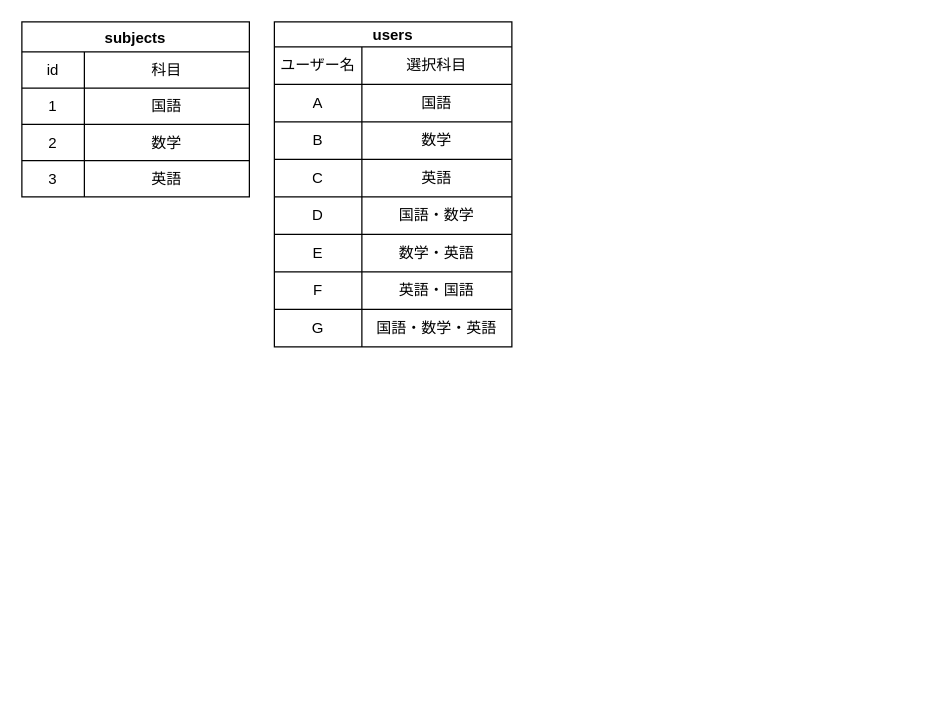
The draw.io diagram page "検索機能実装" (4 of 4) of compass.dio in I-Kouta/compass, before the edit. Source tidied: cells renumbered, new cells numbered last; positions are measured from the earlier drawing's top-left corner, leaving out a move shared by most shapes. Both pictures are drawn from the tidied source at 125%, with x=0, y=0 at pixel (21, 21).
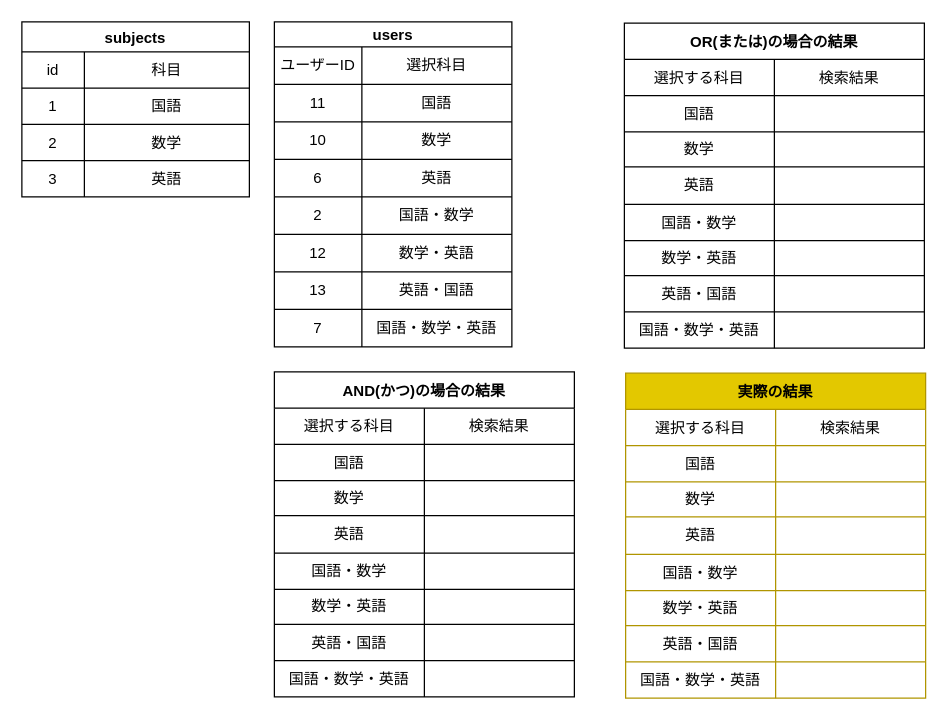
Above is the later version.

Commit message:
検索の表書きました

Unchanged cells that the change refers to:
```xml
<mxCell id="16" style="shape=partialRectangle;html=1;whiteSpace=wrap;fillColor=none;top=0;left=0;bottom=0;right=0;" parent="15" vertex="1">
  <mxGeometry y="20" width="190" height="30" as="geometry" />
</mxCell>
<mxCell id="19" style="shape=partialRectangle;html=1;whiteSpace=wrap;fillColor=none;top=0;left=0;bottom=0;right=0;" parent="15" vertex="1">
  <mxGeometry y="50" width="190" height="30" as="geometry" />
</mxCell>
<mxCell id="22" style="shape=partialRectangle;html=1;whiteSpace=wrap;fillColor=none;top=0;left=0;bottom=0;right=0;" parent="15" vertex="1">
  <mxGeometry y="80" width="190" height="30" as="geometry" />
</mxCell>
<mxCell id="25" style="shape=partialRectangle;html=1;whiteSpace=wrap;fillColor=none;top=0;left=0;bottom=0;right=0;" parent="15" vertex="1">
  <mxGeometry y="110" width="190" height="30" as="geometry" />
</mxCell>
<mxCell id="28" style="shape=partialRectangle;html=1;whiteSpace=wrap;fillColor=none;top=0;left=0;bottom=0;right=0;" parent="15" vertex="1">
  <mxGeometry y="140" width="190" height="30" as="geometry" />
</mxCell>
<mxCell id="31" style="shape=partialRectangle;html=1;whiteSpace=wrap;fillColor=none;top=0;left=0;bottom=0;right=0;" parent="15" vertex="1">
  <mxGeometry y="170" width="190" height="30" as="geometry" />
</mxCell>
<mxCell id="34" style="shape=partialRectangle;html=1;whiteSpace=wrap;fillColor=none;top=0;left=0;bottom=0;right=0;" parent="15" vertex="1">
  <mxGeometry y="200" width="190" height="30" as="geometry" />
</mxCell>
<mxCell id="37" style="shape=partialRectangle;html=1;whiteSpace=wrap;fillColor=none;top=0;left=0;bottom=0;right=0;" parent="15" vertex="1">
  <mxGeometry y="230" width="190" height="30" as="geometry" />
</mxCell>
```

Diff of the diagram source:
```diff
@@
-    <mxCell id="17" value="ユーザー名" style="shape=partialRectangle;html=1;whiteSpace=wrap;fillColor=none;top=0;left=0;bottom=0;right=0;overflow=hidden;" parent="16" vertex="1">
+    <mxCell id="17" value="ユーザーID" style="shape=partialRectangle;html=1;whiteSpace=wrap;fillColor=none;top=0;left=0;bottom=0;right=0;overflow=hidden;" parent="16" vertex="1">
       <mxGeometry width="70" height="30" as="geometry" />
     </mxCell>
@@
-    <mxCell id="20" value="A" style="shape=partialRectangle;html=1;whiteSpace=wrap;fillColor=none;top=0;left=0;bottom=0;right=0;overflow=hidden;" parent="19" vertex="1">
+    <mxCell id="20" value="11" style="shape=partialRectangle;html=1;whiteSpace=wrap;fillColor=none;top=0;left=0;bottom=0;right=0;overflow=hidden;" parent="19" vertex="1">
       <mxGeometry width="70" height="30" as="geometry" />
     </mxCell>
@@
-    <mxCell id="23" value="B" style="shape=partialRectangle;html=1;whiteSpace=wrap;fillColor=none;top=0;left=0;bottom=0;right=0;overflow=hidden;" parent="22" vertex="1">
+    <mxCell id="23" value="10" style="shape=partialRectangle;html=1;whiteSpace=wrap;fillColor=none;top=0;left=0;bottom=0;right=0;overflow=hidden;" parent="22" vertex="1">
       <mxGeometry width="70" height="30" as="geometry" />
     </mxCell>
@@
-    <mxCell id="26" value="C" style="shape=partialRectangle;html=1;whiteSpace=wrap;fillColor=none;top=0;left=0;bottom=0;right=0;overflow=hidden;" parent="25" vertex="1">
+    <mxCell id="26" value="6" style="shape=partialRectangle;html=1;whiteSpace=wrap;fillColor=none;top=0;left=0;bottom=0;right=0;overflow=hidden;" parent="25" vertex="1">
       <mxGeometry width="70" height="30" as="geometry" />
     </mxCell>
@@
-    <mxCell id="29" value="D" style="shape=partialRectangle;html=1;whiteSpace=wrap;fillColor=none;top=0;left=0;bottom=0;right=0;overflow=hidden;" parent="28" vertex="1">
+    <mxCell id="29" value="2" style="shape=partialRectangle;html=1;whiteSpace=wrap;fillColor=none;top=0;left=0;bottom=0;right=0;overflow=hidden;" parent="28" vertex="1">
       <mxGeometry width="70" height="30" as="geometry" />
     </mxCell>
@@
-    <mxCell id="32" value="E" style="shape=partialRectangle;html=1;whiteSpace=wrap;fillColor=none;top=0;left=0;bottom=0;right=0;overflow=hidden;" parent="31" vertex="1">
+    <mxCell id="32" value="12" style="shape=partialRectangle;html=1;whiteSpace=wrap;fillColor=none;top=0;left=0;bottom=0;right=0;overflow=hidden;" parent="31" vertex="1">
       <mxGeometry width="70" height="30" as="geometry" />
     </mxCell>
@@
-    <mxCell id="35" value="F" style="shape=partialRectangle;html=1;whiteSpace=wrap;fillColor=none;top=0;left=0;bottom=0;right=0;overflow=hidden;" parent="34" vertex="1">
+    <mxCell id="35" value="13" style="shape=partialRectangle;html=1;whiteSpace=wrap;fillColor=none;top=0;left=0;bottom=0;right=0;overflow=hidden;" parent="34" vertex="1">
       <mxGeometry width="70" height="30" as="geometry" />
     </mxCell>
@@
-    <mxCell id="38" value="G" style="shape=partialRectangle;html=1;whiteSpace=wrap;fillColor=none;top=0;left=0;bottom=0;right=0;overflow=hidden;" parent="37" vertex="1">
+    <mxCell id="38" value="7" style="shape=partialRectangle;html=1;whiteSpace=wrap;fillColor=none;top=0;left=0;bottom=0;right=0;overflow=hidden;" parent="37" vertex="1">
       <mxGeometry width="70" height="30" as="geometry" />
     </mxCell>
@@
+    <mxCell id="40" value="OR(または)の場合の結果" style="shape=table;startSize=29;childLayout=tableLayout;fontStyle=1;align=center;" parent="1" vertex="1">
+      <mxGeometry x="482" y="1" width="240" height="260" as="geometry" />
+    </mxCell>
+    <mxCell id="41" style="shape=partialRectangle;html=1;whiteSpace=wrap;fillColor=none;top=0;left=0;bottom=0;right=0;" parent="40" vertex="1">
+      <mxGeometry y="29" width="240" height="29" as="geometry" />
+    </mxCell>
+    <mxCell id="42" value="選択する科目" style="shape=partialRectangle;html=1;whiteSpace=wrap;fillColor=none;top=0;left=0;bottom=0;right=0;overflow=hidden;" parent="41" vertex="1">
+      <mxGeometry width="120" height="29" as="geometry" />
+    </mxCell>
+    <mxCell id="43" value="検索結果" style="shape=partialRectangle;html=1;whiteSpace=wrap;fillColor=none;top=0;left=0;bottom=0;right=0;overflow=hidden;" parent="41" vertex="1">
+      <mxGeometry x="120" width="120" height="29" as="geometry" />
+    </mxCell>
+    <mxCell id="44" style="shape=partialRectangle;html=1;whiteSpace=wrap;fillColor=none;top=0;left=0;bottom=0;right=0;" parent="40" vertex="1">
+      <mxGeometry y="58" width="240" height="29" as="geometry" />
+    </mxCell>
+    <mxCell id="45" value="国語" style="shape=partialRectangle;html=1;whiteSpace=wrap;fillColor=none;top=0;left=0;bottom=0;right=0;overflow=hidden;" parent="44" vertex="1">
+      <mxGeometry width="120" height="29" as="geometry" />
+    </mxCell>
+    <mxCell id="46" style="shape=partialRectangle;html=1;whiteSpace=wrap;fillColor=none;top=0;left=0;bottom=0;right=0;overflow=hidden;" parent="44" vertex="1">
+      <mxGeometry x="120" width="120" height="29" as="geometry" />
+    </mxCell>
+    <mxCell id="47" style="shape=partialRectangle;html=1;whiteSpace=wrap;fillColor=none;top=0;left=0;bottom=0;right=0;" parent="40" vertex="1">
+      <mxGeometry y="87" width="240" height="28" as="geometry" />
+    </mxCell>
+    <mxCell id="48" value="数学" style="shape=partialRectangle;html=1;whiteSpace=wrap;fillColor=none;top=0;left=0;bottom=0;right=0;overflow=hidden;" parent="47" vertex="1">
+      <mxGeometry width="120" height="28" as="geometry" />
+    </mxCell>
+    <mxCell id="49" style="shape=partialRectangle;html=1;whiteSpace=wrap;fillColor=none;top=0;left=0;bottom=0;right=0;overflow=hidden;" parent="47" vertex="1">
+      <mxGeometry x="120" width="120" height="28" as="geometry" />
+    </mxCell>
+    <mxCell id="50" style="shape=partialRectangle;html=1;whiteSpace=wrap;fillColor=none;top=0;left=0;bottom=0;right=0;" parent="40" vertex="1">
+      <mxGeometry y="115" width="240" height="30" as="geometry" />
+    </mxCell>
+    <mxCell id="51" value="英語" style="shape=partialRectangle;html=1;whiteSpace=wrap;fillColor=none;top=0;left=0;bottom=0;right=0;overflow=hidden;" parent="50" vertex="1">
+      <mxGeometry width="120" height="30" as="geometry" />
+    </mxCell>
+    <mxCell id="52" style="shape=partialRectangle;html=1;whiteSpace=wrap;fillColor=none;top=0;left=0;bottom=0;right=0;overflow=hidden;" parent="50" vertex="1">
+      <mxGeometry x="120" width="120" height="30" as="geometry" />
+    </mxCell>
+    <mxCell id="53" style="shape=partialRectangle;html=1;whiteSpace=wrap;fillColor=none;top=0;left=0;bottom=0;right=0;" parent="40" vertex="1">
+      <mxGeometry y="145" width="240" height="29" as="geometry" />
+    </mxCell>
+    <mxCell id="54" value="国語・数学" style="shape=partialRectangle;html=1;whiteSpace=wrap;fillColor=none;top=0;left=0;bottom=0;right=0;overflow=hidden;" parent="53" vertex="1">
+      <mxGeometry width="120" height="29" as="geometry" />
+    </mxCell>
+    <mxCell id="55" style="shape=partialRectangle;html=1;whiteSpace=wrap;fillColor=none;top=0;left=0;bottom=0;right=0;overflow=hidden;" parent="53" vertex="1">
+      <mxGeometry x="120" width="120" height="29" as="geometry" />
+    </mxCell>
+    <mxCell id="56" style="shape=partialRectangle;html=1;whiteSpace=wrap;fillColor=none;top=0;left=0;bottom=0;right=0;" parent="40" vertex="1">
+      <mxGeometry y="174" width="240" height="28" as="geometry" />
+    </mxCell>
+    <mxCell id="57" value="数学・英語" style="shape=partialRectangle;html=1;whiteSpace=wrap;fillColor=none;top=0;left=0;bottom=0;right=0;overflow=hidden;" parent="56" vertex="1">
+      <mxGeometry width="120" height="28" as="geometry" />
+    </mxCell>
+    <mxCell id="58" style="shape=partialRectangle;html=1;whiteSpace=wrap;fillColor=none;top=0;left=0;bottom=0;right=0;overflow=hidden;" parent="56" vertex="1">
+      <mxGeometry x="120" width="120" height="28" as="geometry" />
+    </mxCell>
+    <mxCell id="59" style="shape=partialRectangle;html=1;whiteSpace=wrap;fillColor=none;top=0;left=0;bottom=0;right=0;" parent="40" vertex="1">
+      <mxGeometry y="202" width="240" height="29" as="geometry" />
+    </mxCell>
+    <mxCell id="60" value="英語・国語" style="shape=partialRectangle;html=1;whiteSpace=wrap;fillColor=none;top=0;left=0;bottom=0;right=0;overflow=hidden;" parent="59" vertex="1">
+      <mxGeometry width="120" height="29" as="geometry" />
+    </mxCell>
+    <mxCell id="61" style="shape=partialRectangle;html=1;whiteSpace=wrap;fillColor=none;top=0;left=0;bottom=0;right=0;overflow=hidden;" parent="59" vertex="1">
+      <mxGeometry x="120" width="120" height="29" as="geometry" />
+    </mxCell>
+    <mxCell id="62" style="shape=partialRectangle;html=1;whiteSpace=wrap;fillColor=none;top=0;left=0;bottom=0;right=0;" parent="40" vertex="1">
+      <mxGeometry y="231" width="240" height="29" as="geometry" />
+    </mxCell>
+    <mxCell id="63" value="国語・数学・英語" style="shape=partialRectangle;html=1;whiteSpace=wrap;fillColor=none;top=0;left=0;bottom=0;right=0;overflow=hidden;" parent="62" vertex="1">
+      <mxGeometry width="120" height="29" as="geometry" />
+    </mxCell>
+    <mxCell id="64" style="shape=partialRectangle;html=1;whiteSpace=wrap;fillColor=none;top=0;left=0;bottom=0;right=0;overflow=hidden;" parent="62" vertex="1">
+      <mxGeometry x="120" width="120" height="29" as="geometry" />
+    </mxCell>
+    <mxCell id="65" value="AND(かつ)の場合の結果" style="shape=table;startSize=29;childLayout=tableLayout;fontStyle=1;align=center;" parent="1" vertex="1">
+      <mxGeometry x="202" y="280" width="240" height="260" as="geometry" />
+    </mxCell>
+    <mxCell id="66" style="shape=partialRectangle;html=1;whiteSpace=wrap;fillColor=none;top=0;left=0;bottom=0;right=0;" parent="65" vertex="1">
+      <mxGeometry y="29" width="240" height="29" as="geometry" />
+    </mxCell>
+    <mxCell id="67" value="選択する科目" style="shape=partialRectangle;html=1;whiteSpace=wrap;fillColor=none;top=0;left=0;bottom=0;right=0;overflow=hidden;" parent="66" vertex="1">
+      <mxGeometry width="120" height="29" as="geometry" />
+    </mxCell>
+    <mxCell id="68" value="検索結果" style="shape=partialRectangle;html=1;whiteSpace=wrap;fillColor=none;top=0;left=0;bottom=0;right=0;overflow=hidden;" parent="66" vertex="1">
+      <mxGeometry x="120" width="120" height="29" as="geometry" />
+    </mxCell>
+    <mxCell id="69" style="shape=partialRectangle;html=1;whiteSpace=wrap;fillColor=none;top=0;left=0;bottom=0;right=0;" parent="65" vertex="1">
+      <mxGeometry y="58" width="240" height="29" as="geometry" />
+    </mxCell>
+    <mxCell id="70" value="国語" style="shape=partialRectangle;html=1;whiteSpace=wrap;fillColor=none;top=0;left=0;bottom=0;right=0;overflow=hidden;" parent="69" vertex="1">
+      <mxGeometry width="120" height="29" as="geometry" />
+    </mxCell>
+    <mxCell id="71" style="shape=partialRectangle;html=1;whiteSpace=wrap;fillColor=none;top=0;left=0;bottom=0;right=0;overflow=hidden;" parent="69" vertex="1">
+      <mxGeometry x="120" width="120" height="29" as="geometry" />
+    </mxCell>
+    <mxCell id="72" style="shape=partialRectangle;html=1;whiteSpace=wrap;fillColor=none;top=0;left=0;bottom=0;right=0;" parent="65" vertex="1">
+      <mxGeometry y="87" width="240" height="28" as="geometry" />
+    </mxCell>
+    <mxCell id="73" value="数学" style="shape=partialRectangle;html=1;whiteSpace=wrap;fillColor=none;top=0;left=0;bottom=0;right=0;overflow=hidden;" parent="72" vertex="1">
+      <mxGeometry width="120" height="28" as="geometry" />
+    </mxCell>
+    <mxCell id="74" style="shape=partialRectangle;html=1;whiteSpace=wrap;fillColor=none;top=0;left=0;bottom=0;right=0;overflow=hidden;" parent="72" vertex="1">
+      <mxGeometry x="120" width="120" height="28" as="geometry" />
+    </mxCell>
+    <mxCell id="75" style="shape=partialRectangle;html=1;whiteSpace=wrap;fillColor=none;top=0;left=0;bottom=0;right=0;" parent="65" vertex="1">
+      <mxGeometry y="115" width="240" height="30" as="geometry" />
+    </mxCell>
+    <mxCell id="76" value="英語" style="shape=partialRectangle;html=1;whiteSpace=wrap;fillColor=none;top=0;left=0;bottom=0;right=0;overflow=hidden;" parent="75" vertex="1">
+      <mxGeometry width="120" height="30" as="geometry" />
+    </mxCell>
+    <mxCell id="77" style="shape=partialRectangle;html=1;whiteSpace=wrap;fillColor=none;top=0;left=0;bottom=0;right=0;overflow=hidden;" parent="75" vertex="1">
+      <mxGeometry x="120" width="120" height="30" as="geometry" />
+    </mxCell>
+    <mxCell id="78" style="shape=partialRectangle;html=1;whiteSpace=wrap;fillColor=none;top=0;left=0;bottom=0;right=0;" parent="65" vertex="1">
+      <mxGeometry y="145" width="240" height="29" as="geometry" />
+    </mxCell>
+    <mxCell id="79" value="国語・数学" style="shape=partialRectangle;html=1;whiteSpace=wrap;fillColor=none;top=0;left=0;bottom=0;right=0;overflow=hidden;" parent="78" vertex="1">
+      <mxGeometry width="120" height="29" as="geometry" />
+    </mxCell>
+    <mxCell id="80" style="shape=partialRectangle;html=1;whiteSpace=wrap;fillColor=none;top=0;left=0;bottom=0;right=0;overflow=hidden;" parent="78" vertex="1">
+      <mxGeometry x="120" width="120" height="29" as="geometry" />
+    </mxCell>
+    <mxCell id="81" style="shape=partialRectangle;html=1;whiteSpace=wrap;fillColor=none;top=0;left=0;bottom=0;right=0;" parent="65" vertex="1">
+      <mxGeometry y="174" width="240" height="28" as="geometry" />
+    </mxCell>
+    <mxCell id="82" value="数学・英語" style="shape=partialRectangle;html=1;whiteSpace=wrap;fillColor=none;top=0;left=0;bottom=0;right=0;overflow=hidden;" parent="81" vertex="1">
+      <mxGeometry width="120" height="28" as="geometry" />
+    </mxCell>
+    <mxCell id="83" style="shape=partialRectangle;html=1;whiteSpace=wrap;fillColor=none;top=0;left=0;bottom=0;right=0;overflow=hidden;" parent="81" vertex="1">
+      <mxGeometry x="120" width="120" height="28" as="geometry" />
+    </mxCell>
+    <mxCell id="84" style="shape=partialRectangle;html=1;whiteSpace=wrap;fillColor=none;top=0;left=0;bottom=0;right=0;" parent="65" vertex="1">
+      <mxGeometry y="202" width="240" height="29" as="geometry" />
+    </mxCell>
+    <mxCell id="85" value="英語・国語" style="shape=partialRectangle;html=1;whiteSpace=wrap;fillColor=none;top=0;left=0;bottom=0;right=0;overflow=hidden;" parent="84" vertex="1">
+      <mxGeometry width="120" height="29" as="geometry" />
+    </mxCell>
+    <mxCell id="86" style="shape=partialRectangle;html=1;whiteSpace=wrap;fillColor=none;top=0;left=0;bottom=0;right=0;overflow=hidden;" parent="84" vertex="1">
+      <mxGeometry x="120" width="120" height="29" as="geometry" />
+    </mxCell>
+    <mxCell id="87" style="shape=partialRectangle;html=1;whiteSpace=wrap;fillColor=none;top=0;left=0;bottom=0;right=0;" parent="65" vertex="1">
+      <mxGeometry y="231" width="240" height="29" as="geometry" />
+    </mxCell>
+    <mxCell id="88" value="国語・数学・英語" style="shape=partialRectangle;html=1;whiteSpace=wrap;fillColor=none;top=0;left=0;bottom=0;right=0;overflow=hidden;" parent="87" vertex="1">
+      <mxGeometry width="120" height="29" as="geometry" />
+    </mxCell>
+    <mxCell id="89" style="shape=partialRectangle;html=1;whiteSpace=wrap;fillColor=none;top=0;left=0;bottom=0;right=0;overflow=hidden;" parent="87" vertex="1">
+      <mxGeometry x="120" width="120" height="29" as="geometry" />
+    </mxCell>
+    <mxCell id="90" value="実際の結果" style="shape=table;startSize=29;childLayout=tableLayout;fontStyle=1;align=center;fillColor=#e3c800;fontColor=#000000;strokeColor=#B09500;" parent="1" vertex="1">
+      <mxGeometry x="483" y="281" width="240" height="260" as="geometry" />
+    </mxCell>
+    <mxCell id="91" style="shape=partialRectangle;html=1;whiteSpace=wrap;fillColor=none;top=0;left=0;bottom=0;right=0;" parent="90" vertex="1">
+      <mxGeometry y="29" width="240" height="29" as="geometry" />
+    </mxCell>
+    <mxCell id="92" value="選択する科目" style="shape=partialRectangle;html=1;whiteSpace=wrap;fillColor=none;top=0;left=0;bottom=0;right=0;overflow=hidden;" parent="91" vertex="1">
+      <mxGeometry width="120" height="29" as="geometry" />
+    </mxCell>
+    <mxCell id="93" value="検索結果" style="shape=partialRectangle;html=1;whiteSpace=wrap;fillColor=none;top=0;left=0;bottom=0;right=0;overflow=hidden;" parent="91" vertex="1">
+      <mxGeometry x="120" width="120" height="29" as="geometry" />
+    </mxCell>
+    <mxCell id="94" style="shape=partialRectangle;html=1;whiteSpace=wrap;fillColor=none;top=0;left=0;bottom=0;right=0;" parent="90" vertex="1">
+      <mxGeometry y="58" width="240" height="29" as="geometry" />
+    </mxCell>
+    <mxCell id="95" value="国語" style="shape=partialRectangle;html=1;whiteSpace=wrap;fillColor=none;top=0;left=0;bottom=0;right=0;overflow=hidden;" parent="94" vertex="1">
+      <mxGeometry width="120" height="29" as="geometry" />
+    </mxCell>
+    <mxCell id="96" style="shape=partialRectangle;html=1;whiteSpace=wrap;fillColor=none;top=0;left=0;bottom=0;right=0;overflow=hidden;" parent="94" vertex="1">
+      <mxGeometry x="120" width="120" height="29" as="geometry" />
+    </mxCell>
+    <mxCell id="97" style="shape=partialRectangle;html=1;whiteSpace=wrap;fillColor=none;top=0;left=0;bottom=0;right=0;" parent="90" vertex="1">
+      <mxGeometry y="87" width="240" height="28" as="geometry" />
+    </mxCell>
+    <mxCell id="98" value="数学" style="shape=partialRectangle;html=1;whiteSpace=wrap;fillColor=none;top=0;left=0;bottom=0;right=0;overflow=hidden;" parent="97" vertex="1">
+      <mxGeometry width="120" height="28" as="geometry" />
+    </mxCell>
+    <mxCell id="99" style="shape=partialRectangle;html=1;whiteSpace=wrap;fillColor=none;top=0;left=0;bottom=0;right=0;overflow=hidden;" parent="97" vertex="1">
+      <mxGeometry x="120" width="120" height="28" as="geometry" />
+    </mxCell>
+    <mxCell id="100" style="shape=partialRectangle;html=1;whiteSpace=wrap;fillColor=none;top=0;left=0;bottom=0;right=0;" parent="90" vertex="1">
+      <mxGeometry y="115" width="240" height="30" as="geometry" />
+    </mxCell>
+    <mxCell id="101" value="英語" style="shape=partialRectangle;html=1;whiteSpace=wrap;fillColor=none;top=0;left=0;bottom=0;right=0;overflow=hidden;" parent="100" vertex="1">
+      <mxGeometry width="120" height="30" as="geometry" />
+    </mxCell>
+    <mxCell id="102" style="shape=partialRectangle;html=1;whiteSpace=wrap;fillColor=none;top=0;left=0;bottom=0;right=0;overflow=hidden;" parent="100" vertex="1">
+      <mxGeometry x="120" width="120" height="30" as="geometry" />
+    </mxCell>
+    <mxCell id="103" style="shape=partialRectangle;html=1;whiteSpace=wrap;fillColor=none;top=0;left=0;bottom=0;right=0;" parent="90" vertex="1">
+      <mxGeometry y="145" width="240" height="29" as="geometry" />
+    </mxCell>
+    <mxCell id="104" value="国語・数学" style="shape=partialRectangle;html=1;whiteSpace=wrap;fillColor=none;top=0;left=0;bottom=0;right=0;overflow=hidden;" parent="103" vertex="1">
+      <mxGeometry width="120" height="29" as="geometry" />
+    </mxCell>
+    <mxCell id="105" style="shape=partialRectangle;html=1;whiteSpace=wrap;fillColor=none;top=0;left=0;bottom=0;right=0;overflow=hidden;" parent="103" vertex="1">
+      <mxGeometry x="120" width="120" height="29" as="geometry" />
+    </mxCell>
+    <mxCell id="106" style="shape=partialRectangle;html=1;whiteSpace=wrap;fillColor=none;top=0;left=0;bottom=0;right=0;" parent="90" vertex="1">
+      <mxGeometry y="174" width="240" height="28" as="geometry" />
+    </mxCell>
+    <mxCell id="107" value="数学・英語" style="shape=partialRectangle;html=1;whiteSpace=wrap;fillColor=none;top=0;left=0;bottom=0;right=0;overflow=hidden;" parent="106" vertex="1">
+      <mxGeometry width="120" height="28" as="geometry" />
+    </mxCell>
+    <mxCell id="108" style="shape=partialRectangle;html=1;whiteSpace=wrap;fillColor=none;top=0;left=0;bottom=0;right=0;overflow=hidden;" parent="106" vertex="1">
+      <mxGeometry x="120" width="120" height="28" as="geometry" />
+    </mxCell>
+    <mxCell id="109" style="shape=partialRectangle;html=1;whiteSpace=wrap;fillColor=none;top=0;left=0;bottom=0;right=0;" parent="90" vertex="1">
+      <mxGeometry y="202" width="240" height="29" as="geometry" />
+    </mxCell>
+    <mxCell id="110" value="英語・国語" style="shape=partialRectangle;html=1;whiteSpace=wrap;fillColor=none;top=0;left=0;bottom=0;right=0;overflow=hidden;" parent="109" vertex="1">
+      <mxGeometry width="120" height="29" as="geometry" />
+    </mxCell>
+    <mxCell id="111" style="shape=partialRectangle;html=1;whiteSpace=wrap;fillColor=none;top=0;left=0;bottom=0;right=0;overflow=hidden;" parent="109" vertex="1">
+      <mxGeometry x="120" width="120" height="29" as="geometry" />
+    </mxCell>
+    <mxCell id="112" style="shape=partialRectangle;html=1;whiteSpace=wrap;fillColor=none;top=0;left=0;bottom=0;right=0;" parent="90" vertex="1">
+      <mxGeometry y="231" width="240" height="29" as="geometry" />
+    </mxCell>
+    <mxCell id="113" value="国語・数学・英語" style="shape=partialRectangle;html=1;whiteSpace=wrap;fillColor=none;top=0;left=0;bottom=0;right=0;overflow=hidden;" parent="112" vertex="1">
+      <mxGeometry width="120" height="29" as="geometry" />
+    </mxCell>
+    <mxCell id="114" style="shape=partialRectangle;html=1;whiteSpace=wrap;fillColor=none;top=0;left=0;bottom=0;right=0;overflow=hidden;" parent="112" vertex="1">
+      <mxGeometry x="120" width="120" height="29" as="geometry" />
+    </mxCell>
```
